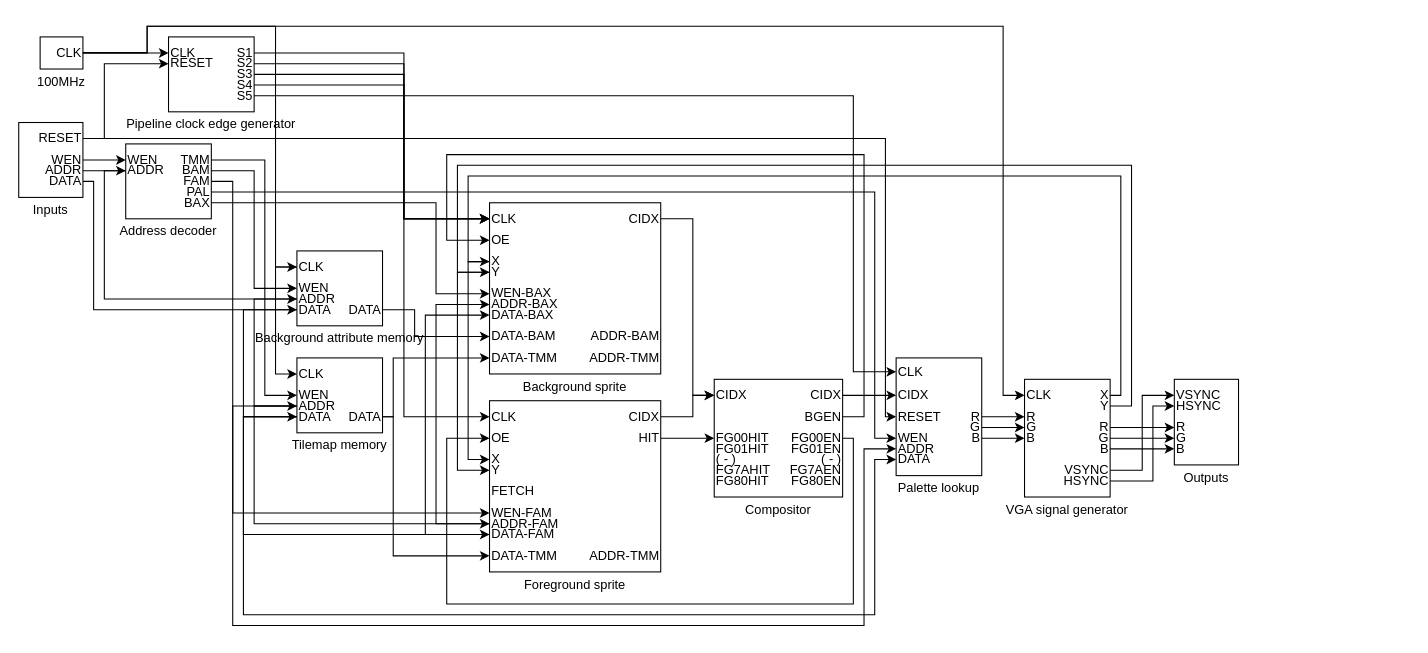
Above: page "level-3" (3 of 3) of docs/ppu.drawio in lonkaars/avans-arcade (draw.io), before the change. Source tidied: cells renumbered, new cells numbered last; positions are measured from the earlier drawing's top-left corner, leaving out a move shared by most shapes. Both pictures are drawn from the tidied source at 107%, with x=0, y=0 at pixel (18, 26).
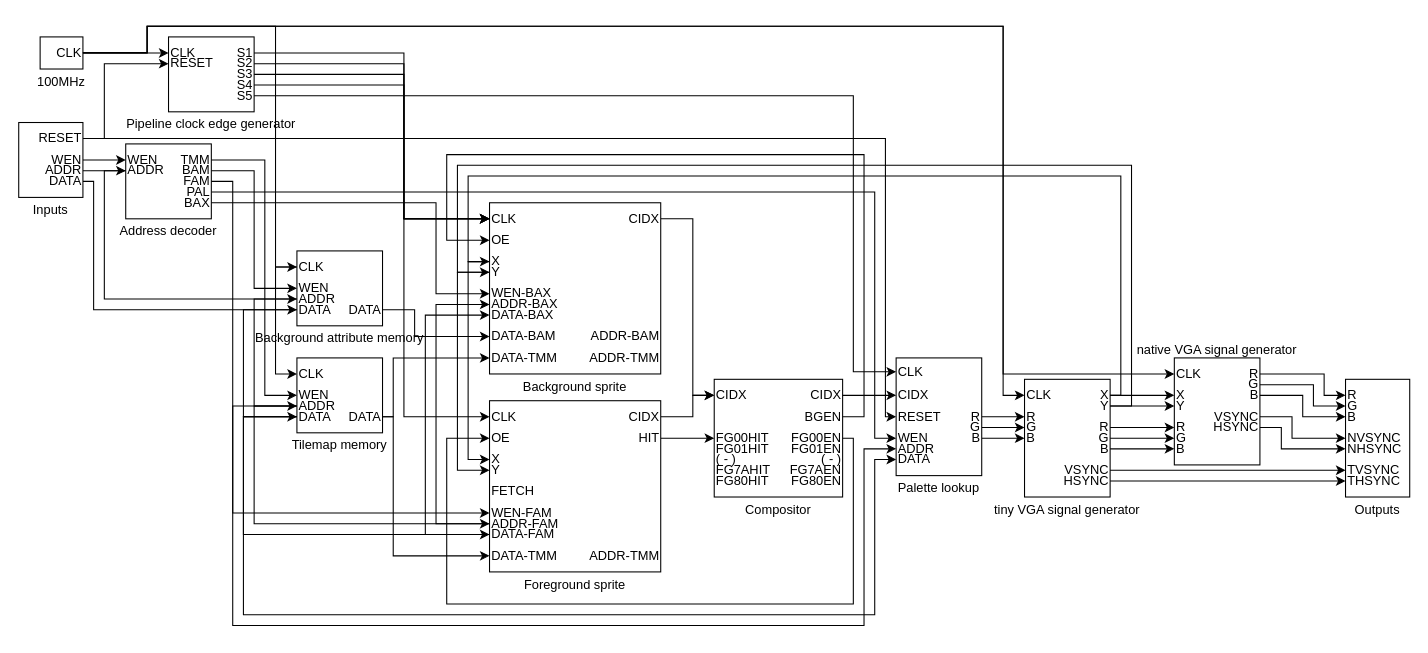
The same diagram, later.

Unchanged cells that the change refers to:
```xml
<mxCell id="2" style="group;strokeColor=none;" parent="1" vertex="1">
  <mxGeometry x="940" y="330" width="80" height="110" as="geometry" />
</mxCell>
<mxCell id="10" value="R" style="text;html=1;strokeColor=none;fillColor=none;align=right;verticalAlign=middle;whiteSpace=wrap;rounded=0;spacing=0;spacingRight=2;" parent="9" vertex="1">
  <mxGeometry height="10" as="geometry" />
</mxCell>
<mxCell id="11" value="G" style="text;html=1;strokeColor=none;fillColor=none;align=right;verticalAlign=middle;whiteSpace=wrap;rounded=0;spacing=0;spacingRight=2;" parent="9" vertex="1">
  <mxGeometry y="10" height="10" as="geometry" />
</mxCell>
<mxCell id="12" value="B" style="text;html=1;strokeColor=none;fillColor=none;align=right;verticalAlign=middle;whiteSpace=wrap;rounded=0;spacing=0;spacingRight=2;" parent="9" vertex="1">
  <mxGeometry y="20" height="10" as="geometry" />
</mxCell>
<mxCell id="14" value="X" style="text;html=1;strokeColor=none;fillColor=none;align=right;verticalAlign=middle;whiteSpace=wrap;rounded=0;spacing=0;spacingRight=2;" parent="13" vertex="1">
  <mxGeometry height="10" as="geometry" />
</mxCell>
<mxCell id="15" value="Y" style="text;html=1;strokeColor=none;fillColor=none;align=right;verticalAlign=middle;whiteSpace=wrap;rounded=0;spacing=0;spacingRight=2;" parent="13" vertex="1">
  <mxGeometry y="10" height="10" as="geometry" />
</mxCell>
<mxCell id="17" value="VSYNC" style="text;html=1;strokeColor=none;fillColor=none;align=right;verticalAlign=middle;whiteSpace=wrap;rounded=0;spacing=0;spacingRight=2;" parent="16" vertex="1">
  <mxGeometry height="10" as="geometry" />
</mxCell>
<mxCell id="18" value="HSYNC" style="text;html=1;strokeColor=none;fillColor=none;align=right;verticalAlign=middle;whiteSpace=wrap;rounded=0;spacing=0;spacingRight=2;" parent="16" vertex="1">
  <mxGeometry y="10" height="10" as="geometry" />
</mxCell>
<mxCell id="31" value="CLK" style="text;html=1;strokeColor=none;fillColor=none;align=right;verticalAlign=middle;whiteSpace=wrap;rounded=0;spacing=0;spacingRight=2;" parent="29" vertex="1">
  <mxGeometry x="40" y="10" height="9.4" as="geometry" />
</mxCell>
```

What changed in the source:
```diff
@@
-    <mxCell id="3" value="VGA signal generator" style="rounded=0;whiteSpace=wrap;html=1;spacingLeft=-50;spacingRight=-50;verticalAlign=top;labelPosition=center;verticalLabelPosition=bottom;align=center;spacing=0;" parent="2" vertex="1">
+    <mxCell id="3" value="tiny VGA signal generator" style="rounded=0;whiteSpace=wrap;html=1;spacingLeft=-50;spacingRight=-50;verticalAlign=top;labelPosition=center;verticalLabelPosition=bottom;align=center;spacing=0;" parent="2" vertex="1">
       <mxGeometry width="80" height="110" as="geometry" />
     </mxCell>
@@
-    <mxCell id="19" style="edgeStyle=orthogonalEdgeStyle;rounded=0;jettySize=auto;html=1;entryX=0;entryY=0;entryDx=0;entryDy=0;" parent="1" edge="1" source="10" target="35">
-      <mxGeometry relative="1" as="geometry" />
-    </mxCell>
-    <mxCell id="20" style="edgeStyle=orthogonalEdgeStyle;rounded=0;jettySize=auto;html=1;entryX=0;entryY=0;entryDx=0;entryDy=0;" parent="1" edge="1" source="11" target="36">
-      <mxGeometry relative="1" as="geometry" />
-    </mxCell>
-    <mxCell id="21" style="edgeStyle=orthogonalEdgeStyle;rounded=0;jettySize=auto;html=1;entryX=0;entryY=0;entryDx=0;entryDy=0;" parent="1" edge="1" source="12" target="37">
-      <mxGeometry relative="1" as="geometry" />
-    </mxCell>
@@
-    <mxCell id="24" style="edgeStyle=orthogonalEdgeStyle;rounded=0;jettySize=auto;html=1;entryX=0;entryY=0;entryDx=0;entryDy=0;" parent="1" edge="1" source="17" target="39">
-      <mxGeometry relative="1" as="geometry">
-        <Array as="points">
-          <mxPoint x="1050" y="415" />
-          <mxPoint x="1050" y="345" />
-        </Array>
-      </mxGeometry>
-    </mxCell>
-    <mxCell id="25" style="edgeStyle=orthogonalEdgeStyle;rounded=0;jettySize=auto;html=1;entryX=0;entryY=0;entryDx=0;entryDy=0;" parent="1" edge="1" source="18" target="40">
-      <mxGeometry relative="1" as="geometry">
-        <Array as="points">
-          <mxPoint x="1060" y="425" />
-          <mxPoint x="1060" y="355" />
-        </Array>
-      </mxGeometry>
-    </mxCell>
@@
-    <mxCell id="32" style="group;" parent="1" vertex="1">
-      <mxGeometry x="1080" y="330" width="60" height="80" as="geometry" />
-    </mxCell>
-    <mxCell id="33" value="Outputs" style="rounded=0;whiteSpace=wrap;html=1;spacingLeft=-50;spacingRight=-50;labelPosition=center;verticalLabelPosition=bottom;align=center;verticalAlign=top;spacing=0;" parent="32" vertex="1">
-      <mxGeometry width="60" height="80" as="geometry" />
-    </mxCell>
-    <mxCell id="34" style="group;" parent="32" vertex="1">
-      <mxGeometry y="40" height="30" as="geometry" />
-    </mxCell>
-    <mxCell id="35" value="R" style="text;html=1;strokeColor=none;fillColor=none;align=left;verticalAlign=middle;whiteSpace=wrap;rounded=0;spacing=0;spacingRight=0;spacingLeft=2;" parent="34" vertex="1">
-      <mxGeometry height="10" as="geometry" />
-    </mxCell>
-    <mxCell id="36" value="G" style="text;html=1;strokeColor=none;fillColor=none;align=left;verticalAlign=middle;whiteSpace=wrap;rounded=0;spacing=0;spacingRight=0;spacingLeft=2;" parent="34" vertex="1">
-      <mxGeometry y="10" height="10" as="geometry" />
-    </mxCell>
-    <mxCell id="37" value="B" style="text;html=1;strokeColor=none;fillColor=none;align=left;verticalAlign=middle;whiteSpace=wrap;rounded=0;spacing=0;spacingRight=0;spacingLeft=2;" parent="34" vertex="1">
-      <mxGeometry y="20" height="10" as="geometry" />
-    </mxCell>
-    <mxCell id="38" style="group;" parent="32" vertex="1">
-      <mxGeometry y="10" height="20" as="geometry" />
-    </mxCell>
-    <mxCell id="39" value="VSYNC" style="text;html=1;strokeColor=none;fillColor=none;align=left;verticalAlign=middle;whiteSpace=wrap;rounded=0;spacing=0;spacingRight=0;spacingLeft=2;" parent="38" vertex="1">
-      <mxGeometry height="10" as="geometry" />
-    </mxCell>
-    <mxCell id="40" value="HSYNC" style="text;html=1;strokeColor=none;fillColor=none;align=left;verticalAlign=middle;whiteSpace=wrap;rounded=0;spacing=0;spacingRight=0;spacingLeft=2;" parent="38" vertex="1">
-      <mxGeometry y="10" height="10" as="geometry" />
-    </mxCell>
@@
+    <mxCell id="191" style="group;" parent="1" vertex="1">
+      <mxGeometry x="1080" y="310" width="80" height="100" as="geometry" />
+    </mxCell>
+    <mxCell id="192" value="native VGA signal generator" style="rounded=0;whiteSpace=wrap;html=1;spacingLeft=-50;spacingRight=-50;verticalAlign=bottom;labelPosition=center;verticalLabelPosition=top;align=center;spacing=0;" parent="191" vertex="1">
+      <mxGeometry width="80" height="100" as="geometry" />
+    </mxCell>
+    <mxCell id="193" value="CLK" style="text;html=1;strokeColor=none;fillColor=none;align=left;verticalAlign=middle;whiteSpace=wrap;rounded=0;spacing=0;spacingRight=0;spacingLeft=2;" parent="191" vertex="1">
+      <mxGeometry y="10" height="10" as="geometry" />
+    </mxCell>
+    <mxCell id="194" style="group;" parent="191" vertex="1">
+      <mxGeometry y="60" height="30" as="geometry" />
+    </mxCell>
+    <mxCell id="195" value="R" style="text;html=1;strokeColor=none;fillColor=none;align=left;verticalAlign=middle;whiteSpace=wrap;rounded=0;spacing=0;spacingRight=0;spacingLeft=2;" parent="194" vertex="1">
+      <mxGeometry height="10" as="geometry" />
+    </mxCell>
+    <mxCell id="196" value="G" style="text;html=1;strokeColor=none;fillColor=none;align=left;verticalAlign=middle;whiteSpace=wrap;rounded=0;spacing=0;spacingRight=0;spacingLeft=2;" parent="194" vertex="1">
+      <mxGeometry y="10" height="10" as="geometry" />
+    </mxCell>
+    <mxCell id="197" value="B" style="text;html=1;strokeColor=none;fillColor=none;align=left;verticalAlign=middle;whiteSpace=wrap;rounded=0;spacing=0;spacingRight=0;spacingLeft=2;" parent="194" vertex="1">
+      <mxGeometry y="20" height="10" as="geometry" />
+    </mxCell>
+    <mxCell id="198" style="group;" parent="191" vertex="1">
+      <mxGeometry x="80" y="10" height="30" as="geometry" />
+    </mxCell>
+    <mxCell id="199" value="R" style="text;html=1;strokeColor=none;fillColor=none;align=right;verticalAlign=middle;whiteSpace=wrap;rounded=0;spacing=0;spacingRight=2;" parent="198" vertex="1">
+      <mxGeometry height="10" as="geometry" />
+    </mxCell>
+    <mxCell id="200" value="G" style="text;html=1;strokeColor=none;fillColor=none;align=right;verticalAlign=middle;whiteSpace=wrap;rounded=0;spacing=0;spacingRight=2;" parent="198" vertex="1">
+      <mxGeometry y="10" height="10" as="geometry" />
+    </mxCell>
+    <mxCell id="201" value="B" style="text;html=1;strokeColor=none;fillColor=none;align=right;verticalAlign=middle;whiteSpace=wrap;rounded=0;spacing=0;spacingRight=2;" parent="198" vertex="1">
+      <mxGeometry y="20" height="10" as="geometry" />
+    </mxCell>
+    <mxCell id="202" style="group;" parent="191" vertex="1">
+      <mxGeometry x="80" y="50" height="20" as="geometry" />
+    </mxCell>
+    <mxCell id="203" value="VSYNC" style="text;html=1;strokeColor=none;fillColor=none;align=right;verticalAlign=middle;whiteSpace=wrap;rounded=0;spacing=0;spacingRight=2;" parent="202" vertex="1">
+      <mxGeometry height="10" as="geometry" />
+    </mxCell>
+    <mxCell id="204" value="HSYNC" style="text;html=1;strokeColor=none;fillColor=none;align=right;verticalAlign=middle;whiteSpace=wrap;rounded=0;spacing=0;spacingRight=2;" parent="202" vertex="1">
+      <mxGeometry y="10" height="10" as="geometry" />
+    </mxCell>
+    <mxCell id="205" style="group;" parent="191" vertex="1">
+      <mxGeometry y="30" height="20" as="geometry" />
+    </mxCell>
+    <mxCell id="206" value="X" style="text;html=1;strokeColor=none;fillColor=none;align=left;verticalAlign=middle;whiteSpace=wrap;rounded=0;spacing=0;spacingRight=0;spacingLeft=2;" parent="205" vertex="1">
+      <mxGeometry height="10" as="geometry" />
+    </mxCell>
+    <mxCell id="207" value="Y" style="text;html=1;strokeColor=none;fillColor=none;align=left;verticalAlign=middle;whiteSpace=wrap;rounded=0;spacing=0;spacingRight=0;spacingLeft=2;" parent="205" vertex="1">
+      <mxGeometry y="10" height="10" as="geometry" />
+    </mxCell>
+    <mxCell id="208" style="group;" parent="1" vertex="1">
+      <mxGeometry x="1240" y="330" width="60" height="110" as="geometry" />
+    </mxCell>
+    <mxCell id="33" value="Outputs" style="rounded=0;whiteSpace=wrap;html=1;spacingLeft=-50;spacingRight=-50;labelPosition=center;verticalLabelPosition=bottom;align=center;verticalAlign=top;spacing=0;" parent="208" vertex="1">
+      <mxGeometry width="60" height="110" as="geometry" />
+    </mxCell>
+    <mxCell id="34" style="group;" parent="208" vertex="1">
+      <mxGeometry y="10" height="30" as="geometry" />
+    </mxCell>
+    <mxCell id="35" value="R" style="text;html=1;strokeColor=none;fillColor=none;align=left;verticalAlign=middle;whiteSpace=wrap;rounded=0;spacing=0;spacingRight=0;spacingLeft=2;" parent="34" vertex="1">
+      <mxGeometry height="10" as="geometry" />
+    </mxCell>
+    <mxCell id="36" value="G" style="text;html=1;strokeColor=none;fillColor=none;align=left;verticalAlign=middle;whiteSpace=wrap;rounded=0;spacing=0;spacingRight=0;spacingLeft=2;" parent="34" vertex="1">
+      <mxGeometry y="10" height="10" as="geometry" />
+    </mxCell>
+    <mxCell id="37" value="B" style="text;html=1;strokeColor=none;fillColor=none;align=left;verticalAlign=middle;whiteSpace=wrap;rounded=0;spacing=0;spacingRight=0;spacingLeft=2;" parent="34" vertex="1">
+      <mxGeometry y="20" height="10" as="geometry" />
+    </mxCell>
+    <mxCell id="38" style="group;" parent="208" vertex="1">
+      <mxGeometry y="50" height="20" as="geometry" />
+    </mxCell>
+    <mxCell id="39" value="NVSYNC" style="text;html=1;strokeColor=none;fillColor=none;align=left;verticalAlign=middle;whiteSpace=wrap;rounded=0;spacing=0;spacingRight=0;spacingLeft=2;" parent="38" vertex="1">
+      <mxGeometry height="10" as="geometry" />
+    </mxCell>
+    <mxCell id="40" value="NHSYNC" style="text;html=1;strokeColor=none;fillColor=none;align=left;verticalAlign=middle;whiteSpace=wrap;rounded=0;spacing=0;spacingRight=0;spacingLeft=2;" parent="38" vertex="1">
+      <mxGeometry y="10" height="10" as="geometry" />
+    </mxCell>
+    <mxCell id="209" style="group;" parent="208" vertex="1">
+      <mxGeometry y="80" height="20" as="geometry" />
+    </mxCell>
+    <mxCell id="210" value="TVSYNC" style="text;html=1;strokeColor=none;fillColor=none;align=left;verticalAlign=middle;whiteSpace=wrap;rounded=0;spacing=0;spacingRight=0;spacingLeft=2;" parent="209" vertex="1">
+      <mxGeometry height="10" as="geometry" />
+    </mxCell>
+    <mxCell id="211" value="THSYNC" style="text;html=1;strokeColor=none;fillColor=none;align=left;verticalAlign=middle;whiteSpace=wrap;rounded=0;spacing=0;spacingRight=0;spacingLeft=2;" parent="209" vertex="1">
+      <mxGeometry y="10" height="10" as="geometry" />
+    </mxCell>
+    <mxCell id="212" style="edgeStyle=orthogonalEdgeStyle;rounded=0;jettySize=auto;html=1;entryX=0;entryY=0;entryDx=0;entryDy=0;" parent="1" edge="1" source="10" target="195">
+      <mxGeometry relative="1" as="geometry" />
+    </mxCell>
+    <mxCell id="213" style="edgeStyle=orthogonalEdgeStyle;rounded=0;jettySize=auto;html=1;entryX=0;entryY=0;entryDx=0;entryDy=0;" parent="1" edge="1" source="11" target="196">
+      <mxGeometry relative="1" as="geometry" />
+    </mxCell>
+    <mxCell id="214" style="edgeStyle=orthogonalEdgeStyle;rounded=0;jettySize=auto;html=1;entryX=0;entryY=0;entryDx=0;entryDy=0;" parent="1" edge="1" source="12" target="197">
+      <mxGeometry relative="1" as="geometry" />
+    </mxCell>
+    <mxCell id="215" style="edgeStyle=orthogonalEdgeStyle;rounded=0;jettySize=auto;html=1;entryX=0;entryY=0;entryDx=0;entryDy=0;" parent="1" edge="1" source="17" target="210">
+      <mxGeometry relative="1" as="geometry" />
+    </mxCell>
+    <mxCell id="216" style="edgeStyle=orthogonalEdgeStyle;rounded=0;jettySize=auto;html=1;entryX=0;entryY=0;entryDx=0;entryDy=0;" parent="1" edge="1" source="18" target="211">
+      <mxGeometry relative="1" as="geometry" />
+    </mxCell>
+    <mxCell id="217" style="edgeStyle=orthogonalEdgeStyle;rounded=0;jettySize=auto;html=1;entryX=0;entryY=0;entryDx=0;entryDy=0;" parent="1" edge="1" source="14" target="206">
+      <mxGeometry relative="1" as="geometry" />
+    </mxCell>
+    <mxCell id="218" style="edgeStyle=orthogonalEdgeStyle;rounded=0;jettySize=auto;html=1;entryX=0;entryY=0;entryDx=0;entryDy=0;" parent="1" edge="1" source="15" target="207">
+      <mxGeometry relative="1" as="geometry" />
+    </mxCell>
+    <mxCell id="219" style="edgeStyle=orthogonalEdgeStyle;rounded=0;jettySize=auto;html=1;entryX=0;entryY=0;entryDx=0;entryDy=0;" parent="1" edge="1" source="31" target="193">
+      <mxGeometry relative="1" as="geometry">
+        <Array as="points">
+          <mxPoint x="120" y="25" />
+          <mxPoint x="120" />
+          <mxPoint x="920" />
+          <mxPoint x="920" y="325" />
+        </Array>
+      </mxGeometry>
+    </mxCell>
+    <mxCell id="220" style="edgeStyle=orthogonalEdgeStyle;rounded=0;jettySize=auto;html=1;entryX=0;entryY=0;entryDx=0;entryDy=0;" parent="1" edge="1" source="199" target="35">
+      <mxGeometry relative="1" as="geometry">
+        <Array as="points">
+          <mxPoint x="1220" y="325" />
+          <mxPoint x="1220" y="345" />
+        </Array>
+      </mxGeometry>
+    </mxCell>
+    <mxCell id="221" style="edgeStyle=orthogonalEdgeStyle;rounded=0;jettySize=auto;html=1;entryX=0;entryY=0;entryDx=0;entryDy=0;" parent="1" edge="1" source="200" target="36">
+      <mxGeometry relative="1" as="geometry">
+        <Array as="points">
+          <mxPoint x="1210" y="335" />
+          <mxPoint x="1210" y="355" />
+        </Array>
+      </mxGeometry>
+    </mxCell>
+    <mxCell id="222" style="edgeStyle=orthogonalEdgeStyle;rounded=0;jettySize=auto;html=1;entryX=0;entryY=0;entryDx=0;entryDy=0;" parent="1" edge="1" source="201" target="37">
+      <mxGeometry relative="1" as="geometry">
+        <Array as="points">
+          <mxPoint x="1200" y="345" />
+          <mxPoint x="1200" y="365" />
+        </Array>
+      </mxGeometry>
+    </mxCell>
+    <mxCell id="223" style="edgeStyle=orthogonalEdgeStyle;rounded=0;jettySize=auto;html=1;entryX=0;entryY=0;entryDx=0;entryDy=0;" parent="1" edge="1" source="203" target="39">
+      <mxGeometry relative="1" as="geometry">
+        <Array as="points">
+          <mxPoint x="1190" y="365" />
+          <mxPoint x="1190" y="385" />
+        </Array>
+      </mxGeometry>
+    </mxCell>
+    <mxCell id="224" style="edgeStyle=orthogonalEdgeStyle;rounded=0;jettySize=auto;html=1;entryX=0;entryY=0;entryDx=0;entryDy=0;" parent="1" edge="1" source="204" target="40">
+      <mxGeometry relative="1" as="geometry">
+        <Array as="points">
+          <mxPoint x="1180" y="375" />
+          <mxPoint x="1180" y="395" />
+        </Array>
+      </mxGeometry>
+    </mxCell>
```
